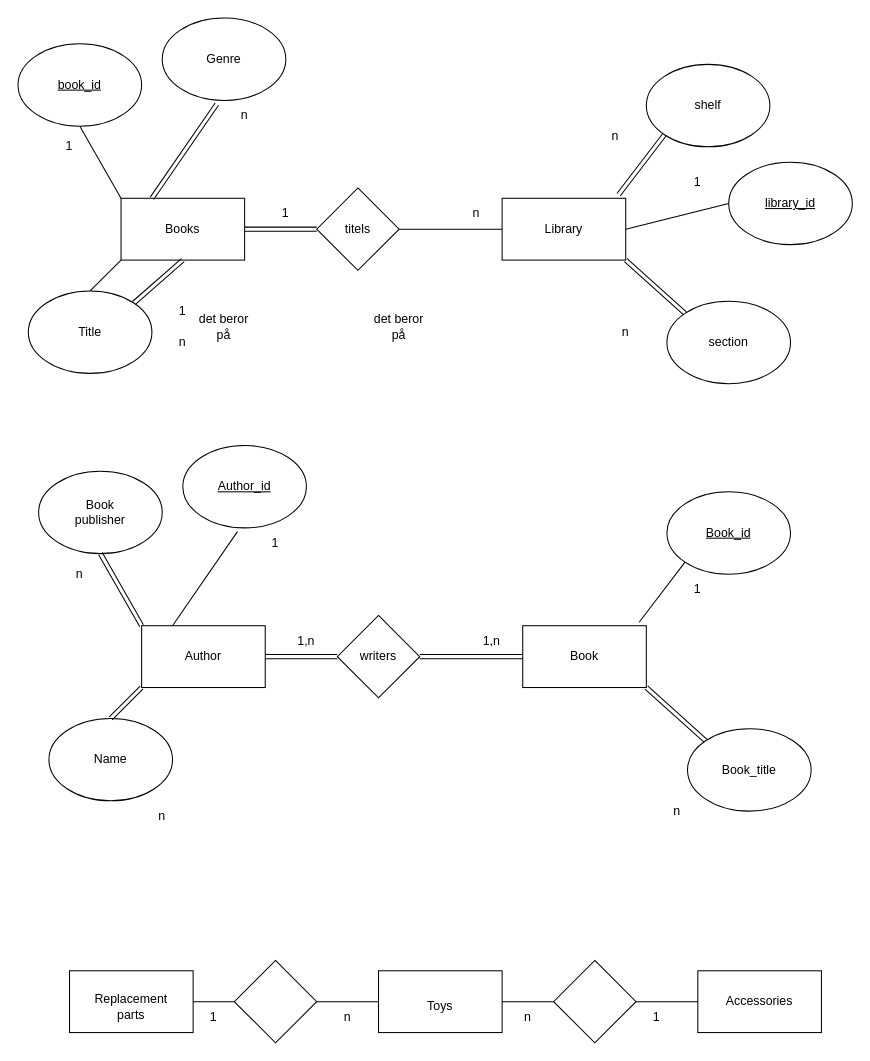
The draw.io diagram n4d1.drawio in nscodechris/ER-modelling, before the edit. Source tidied: cells renumbered, new cells numbered last; positions are measured from the earlier drawing's top-left corner, leaving out a move shared by most shapes. Both pictures are drawn from the tidied source at 103%, with x=0, y=0 at pixel (18, 18).
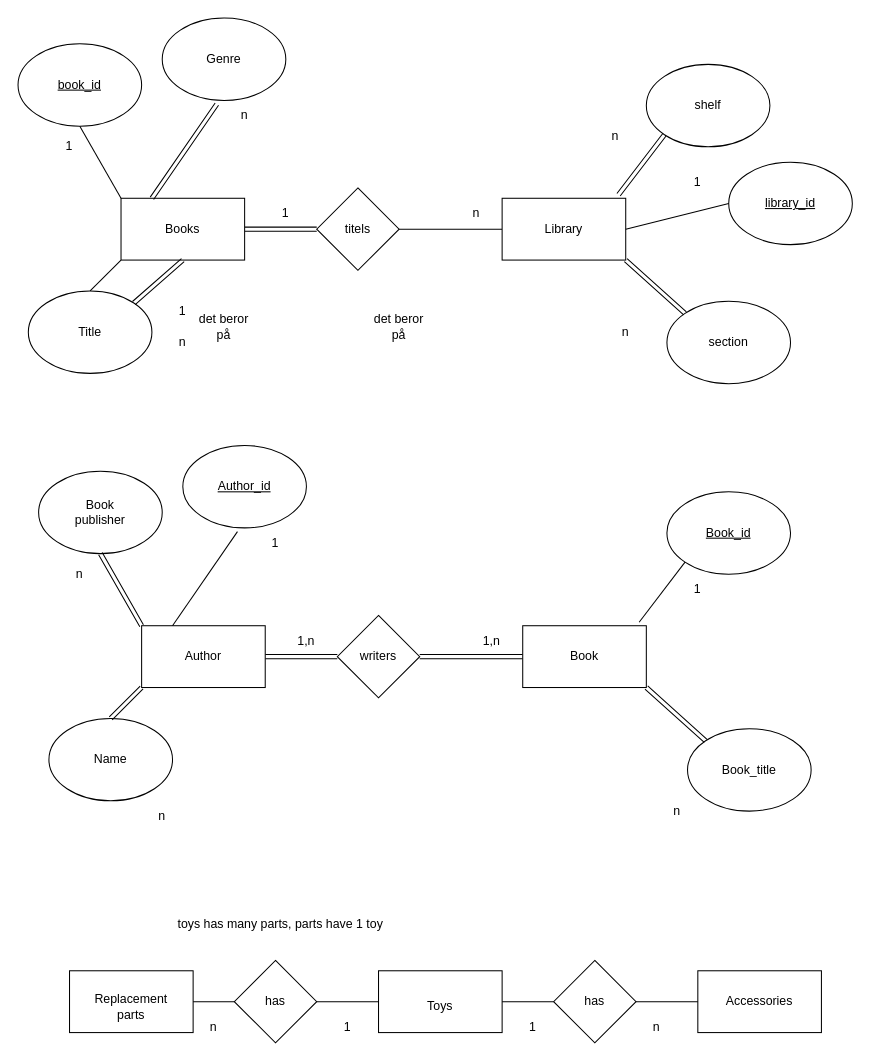
The same diagram, later.

What changed in the source:
```diff
@@
     <mxCell id="79" value="n" style="text;html=1;strokeColor=none;fillColor=none;align=center;verticalAlign=middle;whiteSpace=wrap;rounded=0;" parent="1" vertex="1">
-      <mxGeometry x="465" y="955" width="60" height="30" as="geometry" />
+      <mxGeometry x="590" y="965" width="60" height="30" as="geometry" />
     </mxCell>
     <mxCell id="80" value="1" style="text;html=1;strokeColor=none;fillColor=none;align=center;verticalAlign=middle;whiteSpace=wrap;rounded=0;" parent="1" vertex="1">
-      <mxGeometry x="590" y="955" width="60" height="30" as="geometry" />
+      <mxGeometry x="470" y="965" width="60" height="30" as="geometry" />
     </mxCell>
     <mxCell id="81" value="1" style="text;html=1;strokeColor=none;fillColor=none;align=center;verticalAlign=middle;whiteSpace=wrap;rounded=0;" parent="1" vertex="1">
-      <mxGeometry x="160" y="955" width="60" height="30" as="geometry" />
+      <mxGeometry x="290" y="965" width="60" height="30" as="geometry" />
     </mxCell>
     <mxCell id="82" value="n" style="text;html=1;strokeColor=none;fillColor=none;align=center;verticalAlign=middle;whiteSpace=wrap;rounded=0;" parent="1" vertex="1">
-      <mxGeometry x="290" y="955" width="60" height="30" as="geometry" />
+      <mxGeometry x="160" y="965" width="60" height="30" as="geometry" />
     </mxCell>
@@
+    <mxCell id="86" value="has" style="text;html=1;strokeColor=none;fillColor=none;align=center;verticalAlign=middle;whiteSpace=wrap;rounded=0;" parent="1" vertex="1">
+      <mxGeometry x="530" y="940" width="60" height="30" as="geometry" />
+    </mxCell>
+    <mxCell id="87" value="has" style="text;html=1;strokeColor=none;fillColor=none;align=center;verticalAlign=middle;whiteSpace=wrap;rounded=0;" parent="1" vertex="1">
+      <mxGeometry x="220" y="940" width="60" height="30" as="geometry" />
+    </mxCell>
+    <mxCell id="88" value="toys has many parts, parts have 1 toy" style="text;html=1;strokeColor=none;fillColor=none;align=center;verticalAlign=middle;whiteSpace=wrap;rounded=0;" parent="1" vertex="1">
+      <mxGeometry x="150" y="855" width="210" height="50" as="geometry" />
+    </mxCell>
```
